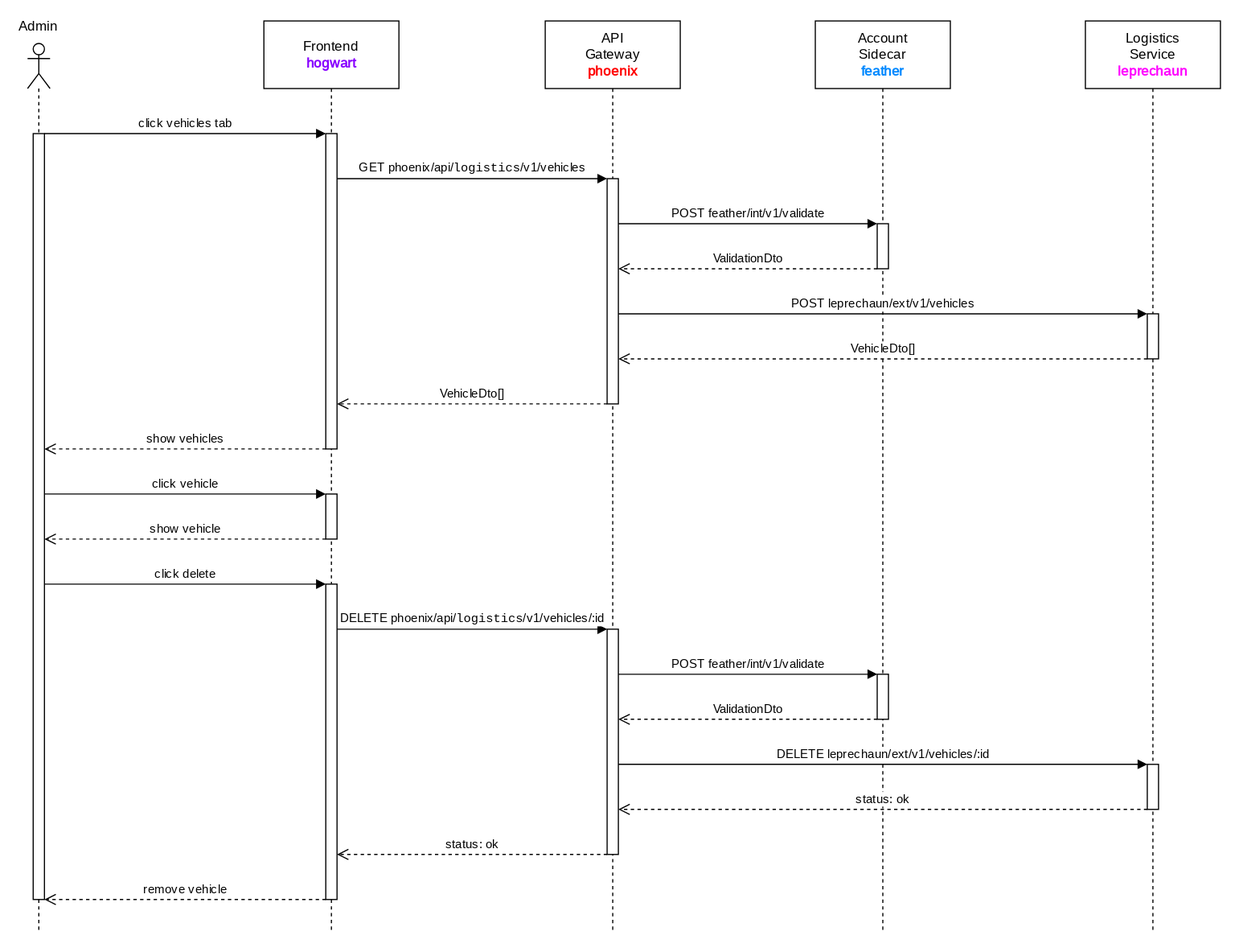
This is documentation/course/e2/images/sequence-diagram-leprechaun-remove-vehicle.drawio.svg from PWR-ACS-SE-24/SoftwareSystemDesign, a draw.io export, as it was before one commit. Source tidied: cells renumbered, new cells last; positions are measured from the earlier drawing's top-left corner, leaving out a move shared by most shapes.
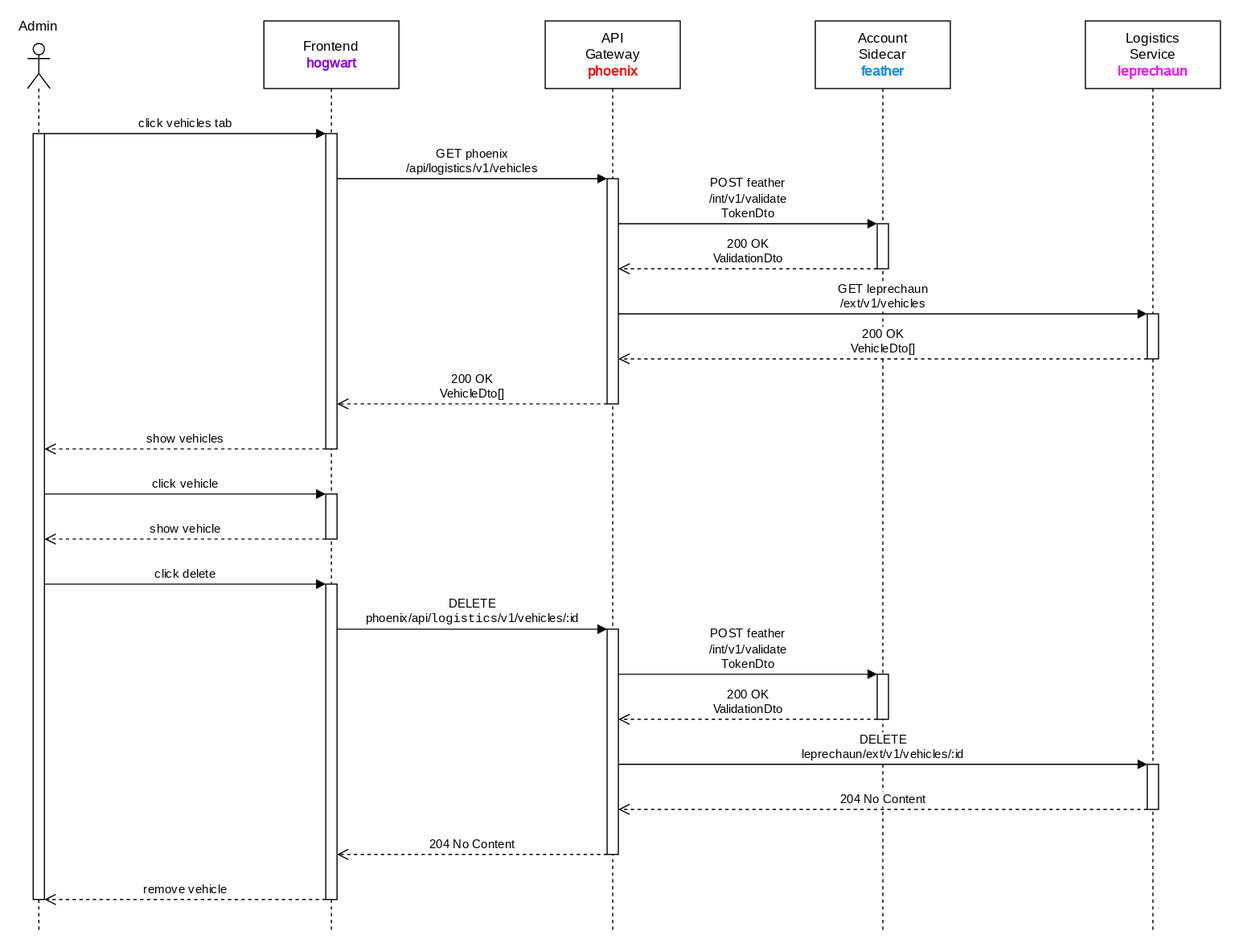
After the commit.

The edit, as a diff of the source:
```diff
@@ -46,28 +46,28 @@
         </Array>
       </mxGeometry>
     </mxCell>
-    <mxCell id="15" value="&lt;font style=&quot;font-size: 11px;&quot;&gt;GET phoenix/api/&lt;/font&gt;&lt;code class=&quot;notranslate&quot;&gt;logistics&lt;/code&gt;&lt;font style=&quot;font-size: 11px;&quot;&gt;/v1/vehicles&lt;/font&gt;" style="html=1;verticalAlign=bottom;endArrow=block;curved=0;rounded=0;fontFamily=JetBrains Mono;fontSource=https%3A%2F%2Ffonts.googleapis.com%2Fcss%3Ffamily%3DJetBrains%2BMono;" parent="1" edge="1" source="9" target="3">
+    <mxCell id="15" value="GET phoenix&lt;br&gt;/api/logistics/v1/vehicles" style="html=1;verticalAlign=bottom;endArrow=block;curved=0;rounded=0;fontFamily=JetBrains Mono;fontSource=https%3A%2F%2Ffonts.googleapis.com%2Fcss%3Ffamily%3DJetBrains%2BMono;" parent="1" edge="1" source="9" target="3">
       <mxGeometry relative="1" as="geometry">
         <Array as="points">
           <mxPoint x="400" y="140" />
         </Array>
       </mxGeometry>
     </mxCell>
-    <mxCell id="16" value="POST feather/int/v1/validate" style="html=1;verticalAlign=bottom;endArrow=block;curved=0;rounded=0;fontFamily=JetBrains Mono;fontSource=https%3A%2F%2Ffonts.googleapis.com%2Fcss%3Ffamily%3DJetBrains%2BMono;" parent="1" edge="1" source="3" target="6">
+    <mxCell id="16" value="POST feather&lt;br&gt;/int/v1/validate&lt;br&gt;TokenDto" style="html=1;verticalAlign=bottom;endArrow=block;curved=0;rounded=0;fontFamily=JetBrains Mono;fontSource=https%3A%2F%2Ffonts.googleapis.com%2Fcss%3Ffamily%3DJetBrains%2BMono;" parent="1" edge="1" source="3" target="6">
       <mxGeometry relative="1" as="geometry">
         <Array as="points">
           <mxPoint x="690" y="180" />
         </Array>
       </mxGeometry>
     </mxCell>
-    <mxCell id="17" value="&lt;font face=&quot;JetBrains Mono&quot;&gt;ValidationDto&lt;/font&gt;" style="html=1;verticalAlign=bottom;endArrow=open;dashed=1;endSize=8;curved=0;rounded=0;" parent="1" edge="1" source="6" target="3">
+    <mxCell id="17" value="&lt;font face=&quot;JetBrains Mono&quot;&gt;200 OK&lt;br&gt;ValidationDto&lt;/font&gt;" style="html=1;verticalAlign=bottom;endArrow=open;dashed=1;endSize=8;curved=0;rounded=0;" parent="1" edge="1" source="6" target="3">
       <mxGeometry relative="1" as="geometry">
         <Array as="points">
           <mxPoint x="640" y="220" />
         </Array>
       </mxGeometry>
     </mxCell>
-    <mxCell id="18" value="&lt;font face=&quot;JetBrains Mono&quot;&gt;Vehicle&lt;/font&gt;&lt;font face=&quot;JetBrains Mono&quot;&gt;Dto[]&lt;/font&gt;" style="html=1;verticalAlign=bottom;endArrow=open;dashed=1;endSize=8;curved=0;rounded=0;" parent="1" edge="1" source="3" target="9">
+    <mxCell id="18" value="&lt;font face=&quot;JetBrains Mono&quot;&gt;200 OK&lt;br&gt;Vehicle&lt;/font&gt;&lt;font face=&quot;JetBrains Mono&quot;&gt;Dto[]&lt;/font&gt;" style="html=1;verticalAlign=bottom;endArrow=open;dashed=1;endSize=8;curved=0;rounded=0;" parent="1" edge="1" source="3" target="9">
       <mxGeometry relative="1" as="geometry">
         <Array as="points">
           <mxPoint x="440" y="340" />
@@ -102,21 +102,21 @@
         </Array>
       </mxGeometry>
     </mxCell>
-    <mxCell id="23" value="&lt;font style=&quot;font-size: 11px;&quot;&gt;DELETE phoenix/api/&lt;/font&gt;&lt;code class=&quot;notranslate&quot;&gt;logistics&lt;/code&gt;&lt;font style=&quot;font-size: 11px;&quot;&gt;/v1/vehicles/:id&lt;/font&gt;" style="html=1;verticalAlign=bottom;endArrow=block;curved=0;rounded=0;fontFamily=JetBrains Mono;fontSource=https%3A%2F%2Ffonts.googleapis.com%2Fcss%3Ffamily%3DJetBrains%2BMono;" parent="1" edge="1" source="11" target="4">
+    <mxCell id="23" value="&lt;font style=&quot;font-size: 11px;&quot;&gt;DELETE &lt;br&gt;phoenix/api/&lt;/font&gt;&lt;code class=&quot;notranslate&quot;&gt;logistics&lt;/code&gt;&lt;font style=&quot;font-size: 11px;&quot;&gt;/v1/vehicles/:id&lt;/font&gt;" style="html=1;verticalAlign=bottom;endArrow=block;curved=0;rounded=0;fontFamily=JetBrains Mono;fontSource=https%3A%2F%2Ffonts.googleapis.com%2Fcss%3Ffamily%3DJetBrains%2BMono;" parent="1" edge="1" source="11" target="4">
       <mxGeometry relative="1" as="geometry">
         <Array as="points">
           <mxPoint x="410" y="540" />
         </Array>
       </mxGeometry>
     </mxCell>
-    <mxCell id="24" value="&lt;font face=&quot;JetBrains Mono&quot;&gt;status: ok&lt;/font&gt;" style="html=1;verticalAlign=bottom;endArrow=open;dashed=1;endSize=8;curved=0;rounded=0;" parent="1" edge="1" source="28" target="4">
+    <mxCell id="24" value="&lt;font face=&quot;JetBrains Mono&quot;&gt;204 No Content&lt;br&gt;&lt;/font&gt;" style="html=1;verticalAlign=bottom;endArrow=open;dashed=1;endSize=8;curved=0;rounded=0;" parent="1" edge="1" source="28" target="4">
       <mxGeometry relative="1" as="geometry">
         <Array as="points">
           <mxPoint x="650" y="700" />
         </Array>
       </mxGeometry>
     </mxCell>
-    <mxCell id="25" value="DELETE leprechaun/ext/v1/vehicles/:id" style="html=1;verticalAlign=bottom;endArrow=block;curved=0;rounded=0;fontFamily=JetBrains Mono;fontSource=https%3A%2F%2Ffonts.googleapis.com%2Fcss%3Ffamily%3DJetBrains%2BMono;" parent="1" edge="1" source="4" target="28">
+    <mxCell id="25" value="DELETE&lt;br&gt;leprechaun/ext/v1/vehicles/:id" style="html=1;verticalAlign=bottom;endArrow=block;curved=0;rounded=0;fontFamily=JetBrains Mono;fontSource=https%3A%2F%2Ffonts.googleapis.com%2Fcss%3Ffamily%3DJetBrains%2BMono;" parent="1" edge="1" source="4" target="28">
       <mxGeometry relative="1" as="geometry">
         <Array as="points">
           <mxPoint x="650" y="660" />
@@ -133,14 +133,14 @@
     <mxCell id="28" style="html=1;points=[[0,0,0,0,5],[0,1,0,0,-5],[1,0,0,0,5],[1,1,0,0,-5]];perimeter=orthogonalPerimeter;outlineConnect=0;targetShapes=umlLifeline;portConstraint=eastwest;newEdgeStyle={&quot;curved&quot;:0,&quot;rounded&quot;:0};fontFamily=JetBrains Mono;fontSource=https%3A%2F%2Ffonts.googleapis.com%2Fcss%3Ffamily%3DJetBrains%2BMono;" parent="26" vertex="1">
       <mxGeometry x="55" y="660" width="10" height="40" as="geometry" />
     </mxCell>
-    <mxCell id="29" value="POST leprechaun/ext/v1/vehicles" style="html=1;verticalAlign=bottom;endArrow=block;curved=0;rounded=0;fontFamily=JetBrains Mono;fontSource=https%3A%2F%2Ffonts.googleapis.com%2Fcss%3Ffamily%3DJetBrains%2BMono;" parent="1" edge="1" source="3" target="27">
+    <mxCell id="29" value="GET leprechaun&lt;br&gt;/ext/v1/vehicles" style="html=1;verticalAlign=bottom;endArrow=block;curved=0;rounded=0;fontFamily=JetBrains Mono;fontSource=https%3A%2F%2Ffonts.googleapis.com%2Fcss%3Ffamily%3DJetBrains%2BMono;" parent="1" edge="1" source="3" target="27">
       <mxGeometry relative="1" as="geometry">
         <Array as="points">
           <mxPoint x="760" y="260" />
         </Array>
       </mxGeometry>
     </mxCell>
-    <mxCell id="30" value="&lt;font face=&quot;JetBrains Mono&quot;&gt;VehicleDto[]&lt;/font&gt;" style="html=1;verticalAlign=bottom;endArrow=open;dashed=1;endSize=8;curved=0;rounded=0;" parent="1" edge="1" source="27" target="3">
+    <mxCell id="30" value="&lt;font face=&quot;JetBrains Mono&quot;&gt;200 OK&lt;br&gt;VehicleDto[]&lt;/font&gt;" style="html=1;verticalAlign=bottom;endArrow=open;dashed=1;endSize=8;curved=0;rounded=0;" parent="1" edge="1" source="27" target="3">
       <mxGeometry relative="1" as="geometry">
         <Array as="points">
           <mxPoint x="760" y="300" />
@@ -154,21 +154,21 @@
         </Array>
       </mxGeometry>
     </mxCell>
-    <mxCell id="32" value="POST feather/int/v1/validate" style="html=1;verticalAlign=bottom;endArrow=block;curved=0;rounded=0;fontFamily=JetBrains Mono;fontSource=https%3A%2F%2Ffonts.googleapis.com%2Fcss%3Ffamily%3DJetBrains%2BMono;" parent="1" edge="1" source="4" target="7">
+    <mxCell id="32" value="POST feather&lt;br&gt;/int/v1/validate&lt;br&gt;TokenDto" style="html=1;verticalAlign=bottom;endArrow=block;curved=0;rounded=0;fontFamily=JetBrains Mono;fontSource=https%3A%2F%2Ffonts.googleapis.com%2Fcss%3Ffamily%3DJetBrains%2BMono;" parent="1" edge="1" source="4" target="7">
       <mxGeometry relative="1" as="geometry">
         <Array as="points">
           <mxPoint x="640" y="580" />
         </Array>
       </mxGeometry>
     </mxCell>
-    <mxCell id="33" value="&lt;font face=&quot;JetBrains Mono&quot;&gt;ValidationDto&lt;/font&gt;" style="html=1;verticalAlign=bottom;endArrow=open;dashed=1;endSize=8;curved=0;rounded=0;" parent="1" edge="1" source="7" target="4">
+    <mxCell id="33" value="&lt;font face=&quot;JetBrains Mono&quot;&gt;200 OK&lt;br&gt;ValidationDto&lt;/font&gt;" style="html=1;verticalAlign=bottom;endArrow=open;dashed=1;endSize=8;curved=0;rounded=0;" parent="1" edge="1" source="7" target="4">
       <mxGeometry relative="1" as="geometry">
         <Array as="points">
           <mxPoint x="660" y="620" />
         </Array>
       </mxGeometry>
     </mxCell>
-    <mxCell id="34" value="&lt;font face=&quot;JetBrains Mono&quot;&gt;status: ok&lt;/font&gt;" style="html=1;verticalAlign=bottom;endArrow=open;dashed=1;endSize=8;curved=0;rounded=0;" parent="1" edge="1" source="4" target="11">
+    <mxCell id="34" value="&lt;font face=&quot;JetBrains Mono&quot;&gt;204 No Content&lt;br&gt;&lt;/font&gt;" style="html=1;verticalAlign=bottom;endArrow=open;dashed=1;endSize=8;curved=0;rounded=0;" parent="1" edge="1" source="4" target="11">
       <mxGeometry relative="1" as="geometry">
         <Array as="points">
           <mxPoint x="400" y="740" />
```
